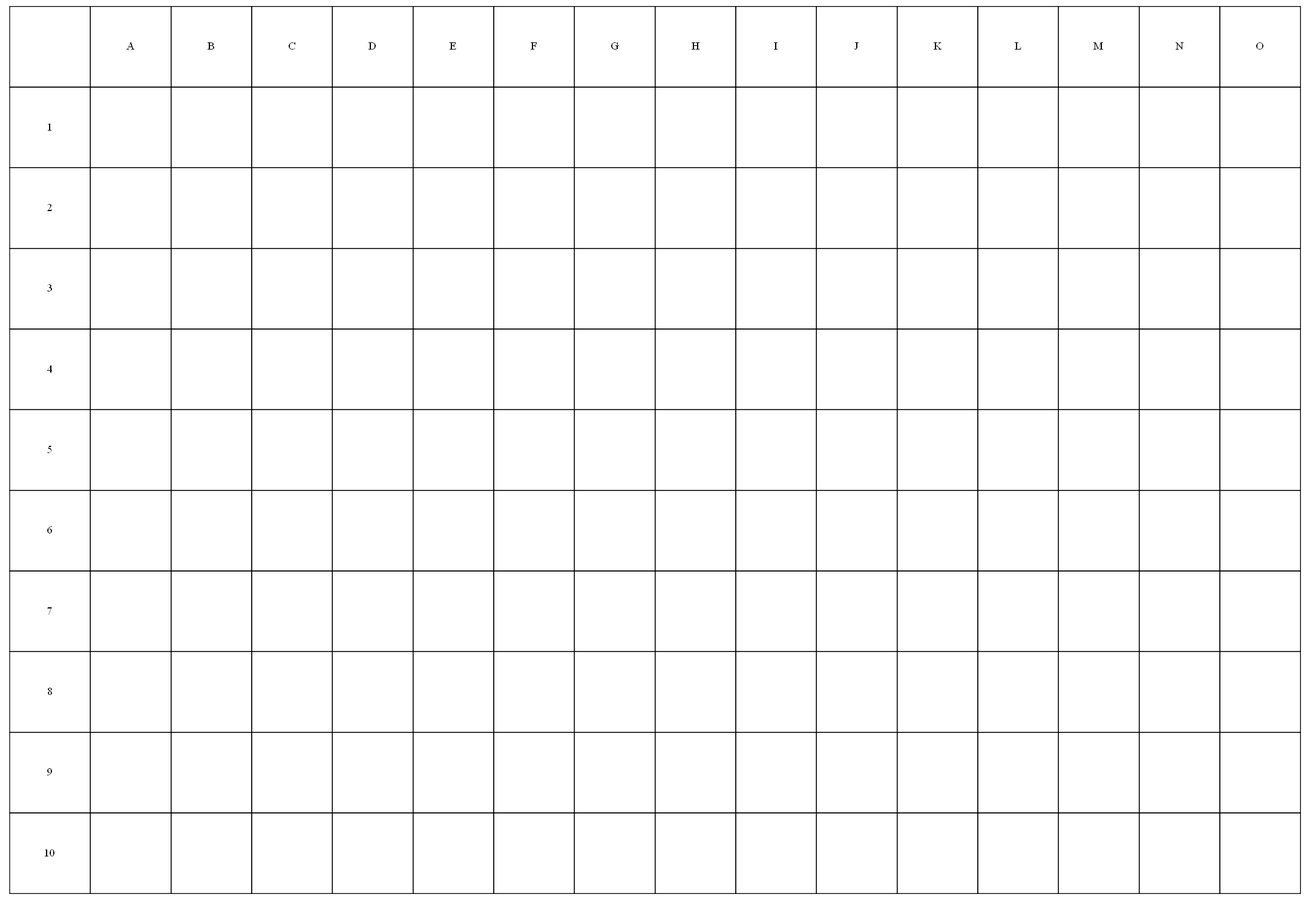
Above: Proyecto_fase2/WSnaval_wars/ClienteAdmin/Imagenes/tablero_satelite.png in jocaqes/EDD_201212921 (Graphviz), before the change. Its source is kept beside it as Proyecto_fase2/WSnaval_wars/WSnaval_wars/Dots/tablero_satelite.dot. Its diagram source:
```dot
digraph g{
node[shape=plaintext];
matriz[label=<<TABLE border="0" cellspacing="0" cellborder="1">
<TR><TD width="100" height="100" fixedsize="true"></TD>
<TD width="100" height="100" fixedsize="true">A</TD>
<TD width="100" height="100" fixedsize="true">B</TD>
<TD width="100" height="100" fixedsize="true">C</TD>
<TD width="100" height="100" fixedsize="true">D</TD>
<TD width="100" height="100" fixedsize="true">E</TD>
<TD width="100" height="100" fixedsize="true">F</TD>
<TD width="100" height="100" fixedsize="true">G</TD>
<TD width="100" height="100" fixedsize="true">H</TD>
<TD width="100" height="100" fixedsize="true">I</TD>
<TD width="100" height="100" fixedsize="true">J</TD>
<TD width="100" height="100" fixedsize="true">K</TD>
<TD width="100" height="100" fixedsize="true">L</TD>
<TD width="100" height="100" fixedsize="true">M</TD>
<TD width="100" height="100" fixedsize="true">N</TD>
<TD width="100" height="100" fixedsize="true">O</TD>
</TR>
<TR>
<TD width="100" height="100" fixedsize="true">1</TD>
<TD width="100" height="100" fixedsize="true"></TD>
<TD width="100" height="100" fixedsize="true"></TD>
<TD width="100" height="100" fixedsize="true"></TD>
<TD width="100" height="100" fixedsize="true"></TD>
<TD width="100" height="100" fixedsize="true"></TD>
<TD width="100" height="100" fixedsize="true"></TD>
<TD width="100" height="100" fixedsize="true"></TD>
<TD width="100" height="100" fixedsize="true"></TD>
<TD width="100" height="100" fixedsize="true"></TD>
<TD width="100" height="100" fixedsize="true"></TD>
<TD width="100" height="100" fixedsize="true"></TD>
<TD width="100" height="100" fixedsize="true"></TD>
<TD width="100" height="100" fixedsize="true"></TD>
<TD width="100" height="100" fixedsize="true"></TD>
<TD width="100" height="100" fixedsize="true"></TD>
</TR><TR>
<TD width="100" height="100" fixedsize="true">2</TD>
<TD width="100" height="100" fixedsize="true"></TD>
<TD width="100" height="100" fixedsize="true"></TD>
<TD width="100" height="100" fixedsize="true"></TD>
<TD width="100" height="100" fixedsize="true"></TD>
<TD width="100" height="100" fixedsize="true"></TD>
<TD width="100" height="100" fixedsize="true"></TD>
<TD width="100" height="100" fixedsize="true"></TD>
<TD width="100" height="100" fixedsize="true"></TD>
<TD width="100" height="100" fixedsize="true"></TD>
<TD width="100" height="100" fixedsize="true"></TD>
<TD width="100" height="100" fixedsize="true"></TD>
<TD width="100" height="100" fixedsize="true"></TD>
<TD width="100" height="100" fixedsize="true"></TD>
<TD width="100" height="100" fixedsize="true"></TD>
<TD width="100" height="100" fixedsize="true"></TD>
</TR><TR>
<TD width="100" height="100" fixedsize="true">3</TD>
<TD width="100" height="100" fixedsize="true"></TD>
<TD width="100" height="100" fixedsize="true"></TD>
<TD width="100" height="100" fixedsize="true"></TD>
<TD width="100" height="100" fixedsize="true"></TD>
<TD width="100" height="100" fixedsize="true"></TD>
<TD width="100" height="100" fixedsize="true"></TD>
<TD width="100" height="100" fixedsize="true"></TD>
<TD width="100" height="100" fixedsize="true"></TD>
<TD width="100" height="100" fixedsize="true"></TD>
<TD width="100" height="100" fixedsize="true"></TD>
<TD width="100" height="100" fixedsize="true"></TD>
<TD width="100" height="100" fixedsize="true"></TD>
<TD width="100" height="100" fixedsize="true"></TD>
<TD width="100" height="100" fixedsize="true"></TD>
<TD width="100" height="100" fixedsize="true"></TD>
</TR><TR>
<TD width="100" height="100" fixedsize="true">4</TD>
<TD width="100" height="100" fixedsize="true"></TD>
<TD width="100" height="100" fixedsize="true"></TD>
<TD width="100" height="100" fixedsize="true"></TD>
<TD width="100" height="100" fixedsize="true"></TD>
<TD width="100" height="100" fixedsize="true"></TD>
<TD width="100" height="100" fixedsize="true"></TD>
<TD width="100" height="100" fixedsize="true"></TD>
<TD width="100" height="100" fixedsize="true"></TD>
<TD width="100" height="100" fixedsize="true"></TD>
<TD width="100" height="100" fixedsize="true"></TD>
<TD width="100" height="100" fixedsize="true"></TD>
<TD width="100" height="100" fixedsize="true"></TD>
<TD width="100" height="100" fixedsize="true"></TD>
<TD width="100" height="100" fixedsize="true"></TD>
<TD width="100" height="100" fixedsize="true"></TD>
</TR><TR>
<TD width="100" height="100" fixedsize="true">5</TD>
<TD width="100" height="100" fixedsize="true"></TD>
<TD width="100" height="100" fixedsize="true"></TD>
<TD width="100" height="100" fixedsize="true"></TD>
<TD width="100" height="100" fixedsize="true"></TD>
<TD width="100" height="100" fixedsize="true"></TD>
<TD width="100" height="100" fixedsize="true"></TD>
<TD width="100" height="100" fixedsize="true"></TD>
<TD width="100" height="100" fixedsize="true"></TD>
<TD width="100" height="100" fixedsize="true"></TD>
<TD width="100" height="100" fixedsize="true"></TD>
<TD width="100" height="100" fixedsize="true"></TD>
<TD width="100" height="100" fixedsize="true"></TD>
<TD width="100" height="100" fixedsize="true"></TD>
<TD width="100" height="100" fixedsize="true"></TD>
<TD width="100" height="100" fixedsize="true"></TD>
</TR><TR>
<TD width="100" height="100" fixedsize="true">6</TD>
<TD width="100" height="100" fixedsize="true"></TD>
<TD width="100" height="100" fixedsize="true"></TD>
<TD width="100" height="100" fixedsize="true"></TD>
<TD width="100" height="100" fixedsize="true"></TD>
<TD width="100" height="100" fixedsize="true"></TD>
<TD width="100" height="100" fixedsize="true"></TD>
<TD width="100" height="100" fixedsize="true"></TD>
<TD width="100" height="100" fixedsize="true"></TD>
<TD width="100" height="100" fixedsize="true"></TD>
<TD width="100" height="100" fixedsize="true"></TD>
<TD width="100" height="100" fixedsize="true"></TD>
<TD width="100" height="100" fixedsize="true"></TD>
<TD width="100" height="100" fixedsize="true"></TD>
<TD width="100" height="100" fixedsize="true"></TD>
<TD width="100" height="100" fixedsize="true"></TD>
</TR><TR>
<TD width="100" height="100" fixedsize="true">7</TD>
<TD width="100" height="100" fixedsize="true"></TD>
<TD width="100" height="100" fixedsize="true"></TD>
<TD width="100" height="100" fixedsize="true"></TD>
<TD width="100" height="100" fixedsize="true"></TD>
<TD width="100" height="100" fixedsize="true"></TD>
<TD width="100" height="100" fixedsize="true"></TD>
<TD width="100" height="100" fixedsize="true"></TD>
<TD width="100" height="100" fixedsize="true"></TD>
<TD width="100" height="100" fixedsize="true"></TD>
<TD width="100" height="100" fixedsize="true"></TD>
<TD width="100" height="100" fixedsize="true"></TD>
<TD width="100" height="100" fixedsize="true"></TD>
<TD width="100" height="100" fixedsize="true"></TD>
<TD width="100" height="100" fixedsize="true"></TD>
<TD width="100" height="100" fixedsize="true"></TD>
</TR><TR>
<TD width="100" height="100" fixedsize="true">8</TD>
<TD width="100" height="100" fixedsize="true"></TD>
<TD width="100" height="100" fixedsize="true"></TD>
<TD width="100" height="100" fixedsize="true"></TD>
<TD width="100" height="100" fixedsize="true"></TD>
<TD width="100" height="100" fixedsize="true"></TD>
<TD width="100" height="100" fixedsize="true"></TD>
<TD width="100" height="100" fixedsize="true"></TD>
<TD width="100" height="100" fixedsize="true"></TD>
<TD width="100" height="100" fixedsize="true"></TD>
<TD width="100" height="100" fixedsize="true"></TD>
<TD width="100" height="100" fixedsize="true"></TD>
<TD width="100" height="100" fixedsize="true"></TD>
<TD width="100" height="100" fixedsize="true"></TD>
<TD width="100" height="100" fixedsize="true"></TD>
<TD width="100" height="100" fixedsize="true"></TD>
</TR><TR>
<TD width="100" height="100" fixedsize="true">9</TD>
<TD width="100" height="100" fixedsize="true"></TD>
<TD width="100" height="100" fixedsize="true"></TD>
<TD width="100" height="100" fixedsize="true"></TD>
<TD width="100" height="100" fixedsize="true"></TD>
<TD width="100" height="100" fixedsize="true"></TD>
<TD width="100" height="100" fixedsize="true"></TD>
<TD width="100" height="100" fixedsize="true"></TD>
<TD width="100" height="100" fixedsize="true"></TD>
<TD width="100" height="100" fixedsize="true"></TD>
<TD width="100" height="100" fixedsize="true"></TD>
<TD width="100" height="100" fixedsize="true"></TD>
<TD width="100" height="100" fixedsize="true"></TD>
<TD width="100" height="100" fixedsize="true"></TD>
<TD width="100" height="100" fixedsize="true"></TD>
<TD width="100" height="100" fixedsize="true"></TD>
</TR><TR>
<TD width="100" height="100" fixedsize="true">10</TD>
<TD width="100" height="100" fixedsize="true"></TD>
<TD width="100" height="100" fixedsize="true"></TD>
<TD width="100" height="100" fixedsize="true"></TD>
<TD width="100" height="100" fixedsize="true"></TD>
<TD width="100" height="100" fixedsize="true"></TD>
<TD width="100" height="100" fixedsize="true"></TD>
<TD width="100" height="100" fixedsize="true"></TD>
<TD width="100" height="100" fixedsize="true"></TD>
<TD width="100" height="100" fixedsize="true"></TD>
<TD width="100" height="100" fixedsize="true"></TD>
<TD width="100" height="100" fixedsize="true"></TD>
<TD width="100" height="100" fixedsize="true"></TD>
<TD width="100" height="100" fixedsize="true"></TD>
<TD width="100" height="100" fixedsize="true"></TD>
<TD width="100" height="100" fixedsize="true"></TD>
</TR></TABLE>>];
}
```
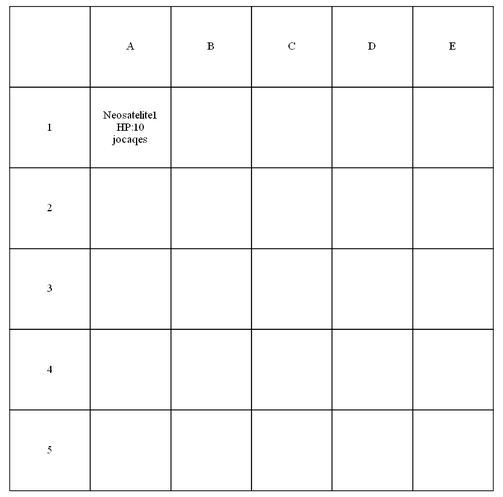
The same diagram one commit later.

Diff of the diagram source:
```diff
@@ -7,46 +7,16 @@
 <TD width="100" height="100" fixedsize="true">C</TD>
 <TD width="100" height="100" fixedsize="true">D</TD>
 <TD width="100" height="100" fixedsize="true">E</TD>
-<TD width="100" height="100" fixedsize="true">F</TD>
-<TD width="100" height="100" fixedsize="true">G</TD>
-<TD width="100" height="100" fixedsize="true">H</TD>
-<TD width="100" height="100" fixedsize="true">I</TD>
-<TD width="100" height="100" fixedsize="true">J</TD>
-<TD width="100" height="100" fixedsize="true">K</TD>
-<TD width="100" height="100" fixedsize="true">L</TD>
-<TD width="100" height="100" fixedsize="true">M</TD>
-<TD width="100" height="100" fixedsize="true">N</TD>
-<TD width="100" height="100" fixedsize="true">O</TD>
 </TR>
 <TR>
 <TD width="100" height="100" fixedsize="true">1</TD>
-<TD width="100" height="100" fixedsize="true"></TD>
-<TD width="100" height="100" fixedsize="true"></TD>
-<TD width="100" height="100" fixedsize="true"></TD>
-<TD width="100" height="100" fixedsize="true"></TD>
-<TD width="100" height="100" fixedsize="true"></TD>
-<TD width="100" height="100" fixedsize="true"></TD>
-<TD width="100" height="100" fixedsize="true"></TD>
-<TD width="100" height="100" fixedsize="true"></TD>
-<TD width="100" height="100" fixedsize="true"></TD>
-<TD width="100" height="100" fixedsize="true"></TD>
-<TD width="100" height="100" fixedsize="true"></TD>
+<TD width="100" height="100" fixedsize="true">Neosatelite1<br/>HP:10<br/>jocaqes</TD>
 <TD width="100" height="100" fixedsize="true"></TD>
 <TD width="100" height="100" fixedsize="true"></TD>
 <TD width="100" height="100" fixedsize="true"></TD>
 <TD width="100" height="100" fixedsize="true"></TD>
 </TR><TR>
 <TD width="100" height="100" fixedsize="true">2</TD>
-<TD width="100" height="100" fixedsize="true"></TD>
-<TD width="100" height="100" fixedsize="true"></TD>
-<TD width="100" height="100" fixedsize="true"></TD>
-<TD width="100" height="100" fixedsize="true"></TD>
-<TD width="100" height="100" fixedsize="true"></TD>
-<TD width="100" height="100" fixedsize="true"></TD>
-<TD width="100" height="100" fixedsize="true"></TD>
-<TD width="100" height="100" fixedsize="true"></TD>
-<TD width="100" height="100" fixedsize="true"></TD>
-<TD width="100" height="100" fixedsize="true"></TD>
 <TD width="100" height="100" fixedsize="true"></TD>
 <TD width="100" height="100" fixedsize="true"></TD>
 <TD width="100" height="100" fixedsize="true"></TD>
@@ -59,28 +29,8 @@
 <TD width="100" height="100" fixedsize="true"></TD>
 <TD width="100" height="100" fixedsize="true"></TD>
 <TD width="100" height="100" fixedsize="true"></TD>
-<TD width="100" height="100" fixedsize="true"></TD>
-<TD width="100" height="100" fixedsize="true"></TD>
-<TD width="100" height="100" fixedsize="true"></TD>
-<TD width="100" height="100" fixedsize="true"></TD>
-<TD width="100" height="100" fixedsize="true"></TD>
-<TD width="100" height="100" fixedsize="true"></TD>
-<TD width="100" height="100" fixedsize="true"></TD>
-<TD width="100" height="100" fixedsize="true"></TD>
-<TD width="100" height="100" fixedsize="true"></TD>
-<TD width="100" height="100" fixedsize="true"></TD>
 </TR><TR>
 <TD width="100" height="100" fixedsize="true">4</TD>
-<TD width="100" height="100" fixedsize="true"></TD>
-<TD width="100" height="100" fixedsize="true"></TD>
-<TD width="100" height="100" fixedsize="true"></TD>
-<TD width="100" height="100" fixedsize="true"></TD>
-<TD width="100" height="100" fixedsize="true"></TD>
-<TD width="100" height="100" fixedsize="true"></TD>
-<TD width="100" height="100" fixedsize="true"></TD>
-<TD width="100" height="100" fixedsize="true"></TD>
-<TD width="100" height="100" fixedsize="true"></TD>
-<TD width="100" height="100" fixedsize="true"></TD>
 <TD width="100" height="100" fixedsize="true"></TD>
 <TD width="100" height="100" fixedsize="true"></TD>
 <TD width="100" height="100" fixedsize="true"></TD>
@@ -93,100 +43,5 @@
 <TD width="100" height="100" fixedsize="true"></TD>
 <TD width="100" height="100" fixedsize="true"></TD>
 <TD width="100" height="100" fixedsize="true"></TD>
-<TD width="100" height="100" fixedsize="true"></TD>
-<TD width="100" height="100" fixedsize="true"></TD>
-<TD width="100" height="100" fixedsize="true"></TD>
-<TD width="100" height="100" fixedsize="true"></TD>
-<TD width="100" height="100" fixedsize="true"></TD>
-<TD width="100" height="100" fixedsize="true"></TD>
-<TD width="100" height="100" fixedsize="true"></TD>
-<TD width="100" height="100" fixedsize="true"></TD>
-<TD width="100" height="100" fixedsize="true"></TD>
-<TD width="100" height="100" fixedsize="true"></TD>
-</TR><TR>
-<TD width="100" height="100" fixedsize="true">6</TD>
-<TD width="100" height="100" fixedsize="true"></TD>
-<TD width="100" height="100" fixedsize="true"></TD>
-<TD width="100" height="100" fixedsize="true"></TD>
-<TD width="100" height="100" fixedsize="true"></TD>
-<TD width="100" height="100" fixedsize="true"></TD>
-<TD width="100" height="100" fixedsize="true"></TD>
-<TD width="100" height="100" fixedsize="true"></TD>
-<TD width="100" height="100" fixedsize="true"></TD>
-<TD width="100" height="100" fixedsize="true"></TD>
-<TD width="100" height="100" fixedsize="true"></TD>
-<TD width="100" height="100" fixedsize="true"></TD>
-<TD width="100" height="100" fixedsize="true"></TD>
-<TD width="100" height="100" fixedsize="true"></TD>
-<TD width="100" height="100" fixedsize="true"></TD>
-<TD width="100" height="100" fixedsize="true"></TD>
-</TR><TR>
-<TD width="100" height="100" fixedsize="true">7</TD>
-<TD width="100" height="100" fixedsize="true"></TD>
-<TD width="100" height="100" fixedsize="true"></TD>
-<TD width="100" height="100" fixedsize="true"></TD>
-<TD width="100" height="100" fixedsize="true"></TD>
-<TD width="100" height="100" fixedsize="true"></TD>
-<TD width="100" height="100" fixedsize="true"></TD>
-<TD width="100" height="100" fixedsize="true"></TD>
-<TD width="100" height="100" fixedsize="true"></TD>
-<TD width="100" height="100" fixedsize="true"></TD>
-<TD width="100" height="100" fixedsize="true"></TD>
-<TD width="100" height="100" fixedsize="true"></TD>
-<TD width="100" height="100" fixedsize="true"></TD>
-<TD width="100" height="100" fixedsize="true"></TD>
-<TD width="100" height="100" fixedsize="true"></TD>
-<TD width="100" height="100" fixedsize="true"></TD>
-</TR><TR>
-<TD width="100" height="100" fixedsize="true">8</TD>
-<TD width="100" height="100" fixedsize="true"></TD>
-<TD width="100" height="100" fixedsize="true"></TD>
-<TD width="100" height="100" fixedsize="true"></TD>
-<TD width="100" height="100" fixedsize="true"></TD>
-<TD width="100" height="100" fixedsize="true"></TD>
-<TD width="100" height="100" fixedsize="true"></TD>
-<TD width="100" height="100" fixedsize="true"></TD>
-<TD width="100" height="100" fixedsize="true"></TD>
-<TD width="100" height="100" fixedsize="true"></TD>
-<TD width="100" height="100" fixedsize="true"></TD>
-<TD width="100" height="100" fixedsize="true"></TD>
-<TD width="100" height="100" fixedsize="true"></TD>
-<TD width="100" height="100" fixedsize="true"></TD>
-<TD width="100" height="100" fixedsize="true"></TD>
-<TD width="100" height="100" fixedsize="true"></TD>
-</TR><TR>
-<TD width="100" height="100" fixedsize="true">9</TD>
-<TD width="100" height="100" fixedsize="true"></TD>
-<TD width="100" height="100" fixedsize="true"></TD>
-<TD width="100" height="100" fixedsize="true"></TD>
-<TD width="100" height="100" fixedsize="true"></TD>
-<TD width="100" height="100" fixedsize="true"></TD>
-<TD width="100" height="100" fixedsize="true"></TD>
-<TD width="100" height="100" fixedsize="true"></TD>
-<TD width="100" height="100" fixedsize="true"></TD>
-<TD width="100" height="100" fixedsize="true"></TD>
-<TD width="100" height="100" fixedsize="true"></TD>
-<TD width="100" height="100" fixedsize="true"></TD>
-<TD width="100" height="100" fixedsize="true"></TD>
-<TD width="100" height="100" fixedsize="true"></TD>
-<TD width="100" height="100" fixedsize="true"></TD>
-<TD width="100" height="100" fixedsize="true"></TD>
-</TR><TR>
-<TD width="100" height="100" fixedsize="true">10</TD>
-<TD width="100" height="100" fixedsize="true"></TD>
-<TD width="100" height="100" fixedsize="true"></TD>
-<TD width="100" height="100" fixedsize="true"></TD>
-<TD width="100" height="100" fixedsize="true"></TD>
-<TD width="100" height="100" fixedsize="true"></TD>
-<TD width="100" height="100" fixedsize="true"></TD>
-<TD width="100" height="100" fixedsize="true"></TD>
-<TD width="100" height="100" fixedsize="true"></TD>
-<TD width="100" height="100" fixedsize="true"></TD>
-<TD width="100" height="100" fixedsize="true"></TD>
-<TD width="100" height="100" fixedsize="true"></TD>
-<TD width="100" height="100" fixedsize="true"></TD>
-<TD width="100" height="100" fixedsize="true"></TD>
-<TD width="100" height="100" fixedsize="true"></TD>
-<TD width="100" height="100" fixedsize="true"></TD>
 </TR></TABLE>>];
 }
```
